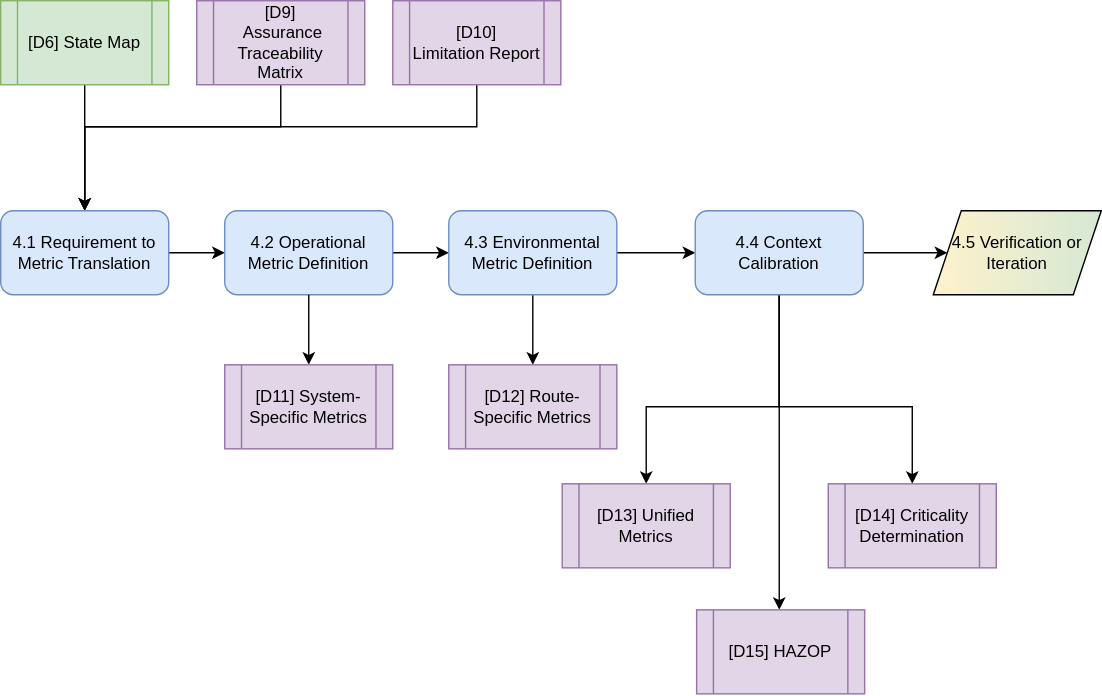
TortoiseFather/sacred-site keeps this draw.io diagram as public/diagrams/step-4.svg. Above is the earlier version. Source tidied: cells renumbered, new cells last; positions are measured from the earlier drawing's top-left corner, leaving out a move shared by most shapes.
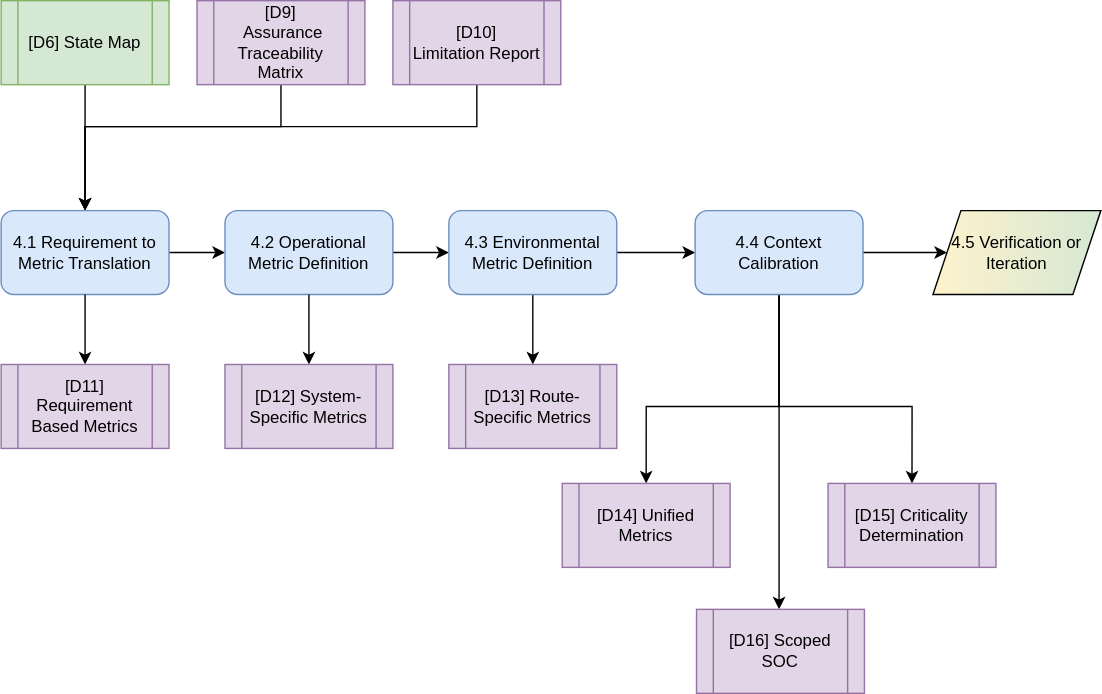
Above is the later version.

Change to the diagram source:
```diff
@@ -53,7 +53,7 @@
     <mxCell id="12" value="4.2 Operational Metric Definition" style="rounded=1;whiteSpace=wrap;html=1;fillColor=#dae8fc;strokeColor=#6c8ebf;" parent="1" vertex="1">
       <mxGeometry x="160" y="150" width="120" height="60" as="geometry" />
     </mxCell>
-    <mxCell id="13" value="[D12] Route-Specific Metrics" style="shape=process;whiteSpace=wrap;html=1;backgroundOutline=1;fillColor=#e1d5e7;strokeColor=#9673a6;" parent="1" vertex="1">
+    <mxCell id="13" value="[D13] Route-Specific Metrics" style="shape=process;whiteSpace=wrap;html=1;backgroundOutline=1;fillColor=#e1d5e7;strokeColor=#9673a6;" parent="1" vertex="1">
       <mxGeometry x="320" y="260" width="120" height="60" as="geometry" />
     </mxCell>
     <mxCell id="14" style="edgeStyle=orthogonalEdgeStyle;rounded=0;jettySize=auto;html=1;" parent="1" edge="1" source="15" target="22">
@@ -67,7 +67,7 @@
         <mxPoint x="220" y="210" as="sourcePoint" />
       </mxGeometry>
     </mxCell>
-    <mxCell id="17" value="[D11] System-Specific Metrics" style="shape=process;whiteSpace=wrap;html=1;backgroundOutline=1;fillColor=#e1d5e7;strokeColor=#9673a6;" parent="1" vertex="1">
+    <mxCell id="17" value="[D12] System-Specific Metrics" style="shape=process;whiteSpace=wrap;html=1;backgroundOutline=1;fillColor=#e1d5e7;strokeColor=#9673a6;" parent="1" vertex="1">
       <mxGeometry x="160" y="260" width="120" height="60" as="geometry" />
     </mxCell>
     <mxCell id="18" style="edgeStyle=orthogonalEdgeStyle;rounded=0;jettySize=auto;html=1;" parent="1" edge="1" source="22" target="23">
@@ -103,14 +103,22 @@
     <mxCell id="23" value="4.5 Verification or Iteration" style="shape=parallelogram;perimeter=parallelogramPerimeter;whiteSpace=wrap;html=1;fixedSize=1;fillColor=#fff2cc;strokeColor=default;gradientColor=#D5E8D4;gradientDirection=east;" parent="1" vertex="1">
       <mxGeometry x="666" y="150" width="120" height="60" as="geometry" />
     </mxCell>
-    <mxCell id="24" value="[D14] Criticality Determination" style="shape=process;whiteSpace=wrap;html=1;backgroundOutline=1;fillColor=#e1d5e7;strokeColor=#9673a6;" parent="1" vertex="1">
+    <mxCell id="24" value="[D15] Criticality Determination" style="shape=process;whiteSpace=wrap;html=1;backgroundOutline=1;fillColor=#e1d5e7;strokeColor=#9673a6;" parent="1" vertex="1">
       <mxGeometry x="591" y="345" width="120" height="60" as="geometry" />
     </mxCell>
-    <mxCell id="25" value="[D13] Unified Metrics" style="shape=process;whiteSpace=wrap;html=1;backgroundOutline=1;fillColor=#e1d5e7;strokeColor=#9673a6;" parent="1" vertex="1">
+    <mxCell id="25" value="[D14] Unified Metrics" style="shape=process;whiteSpace=wrap;html=1;backgroundOutline=1;fillColor=#e1d5e7;strokeColor=#9673a6;" parent="1" vertex="1">
       <mxGeometry x="401" y="345" width="120" height="60" as="geometry" />
     </mxCell>
-    <mxCell id="26" value="[D15] HAZOP" style="shape=process;whiteSpace=wrap;html=1;backgroundOutline=1;fillColor=#e1d5e7;strokeColor=#9673a6;" parent="1" vertex="1">
+    <mxCell id="26" value="&lt;div&gt;[D16] Scoped SOC&lt;/div&gt;" style="shape=process;whiteSpace=wrap;html=1;backgroundOutline=1;fillColor=#e1d5e7;strokeColor=#9673a6;" parent="1" vertex="1">
       <mxGeometry x="497" y="435" width="120" height="60" as="geometry" />
     </mxCell>
+    <mxCell id="27" style="edgeStyle=orthogonalEdgeStyle;rounded=0;jettySize=auto;html=1;" parent="1" edge="1" target="28">
+      <mxGeometry relative="1" as="geometry">
+        <mxPoint x="60" y="210" as="sourcePoint" />
+      </mxGeometry>
+    </mxCell>
+    <mxCell id="28" value="&lt;div&gt;[D11]&lt;/div&gt;&lt;div&gt;Requirement Based Metrics&lt;/div&gt;" style="shape=process;whiteSpace=wrap;html=1;backgroundOutline=1;fillColor=#e1d5e7;strokeColor=#9673a6;" parent="1" vertex="1">
+      <mxGeometry y="260" width="120" height="60" as="geometry" />
+    </mxCell>
   </root>
 </mxGraphModel>
```
